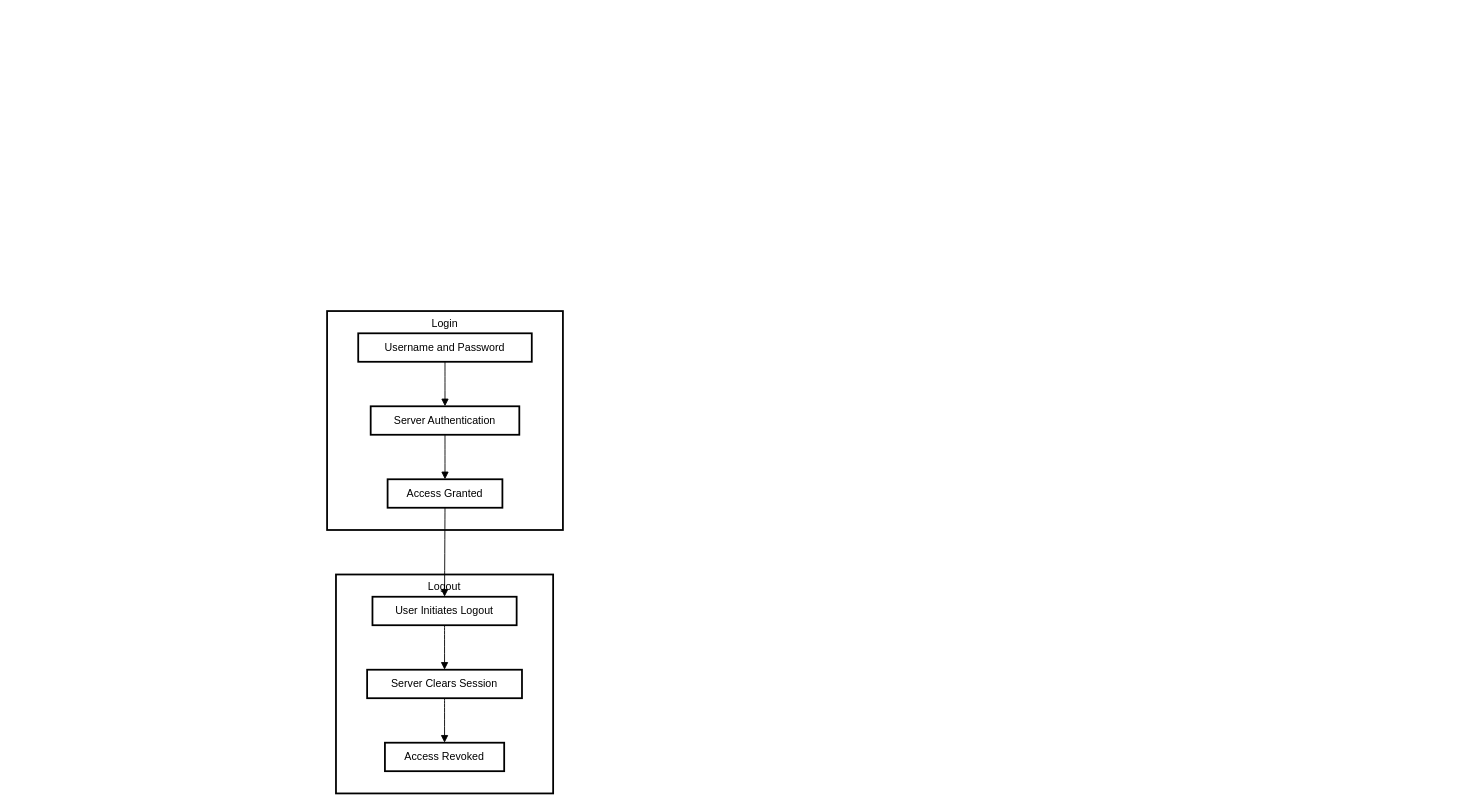
hasbrovish/Caching keeps this draw.io diagram as simplecache/Untitled Diagram.drawio. Above is the earlier version. Source tidied: cells renumbered, new cells numbered last; positions are measured from the earlier drawing's top-left corner, leaving out a move shared by most shapes. Both pictures are drawn from the tidied source at 89%, with x=0, y=0 at pixel (327, 311).
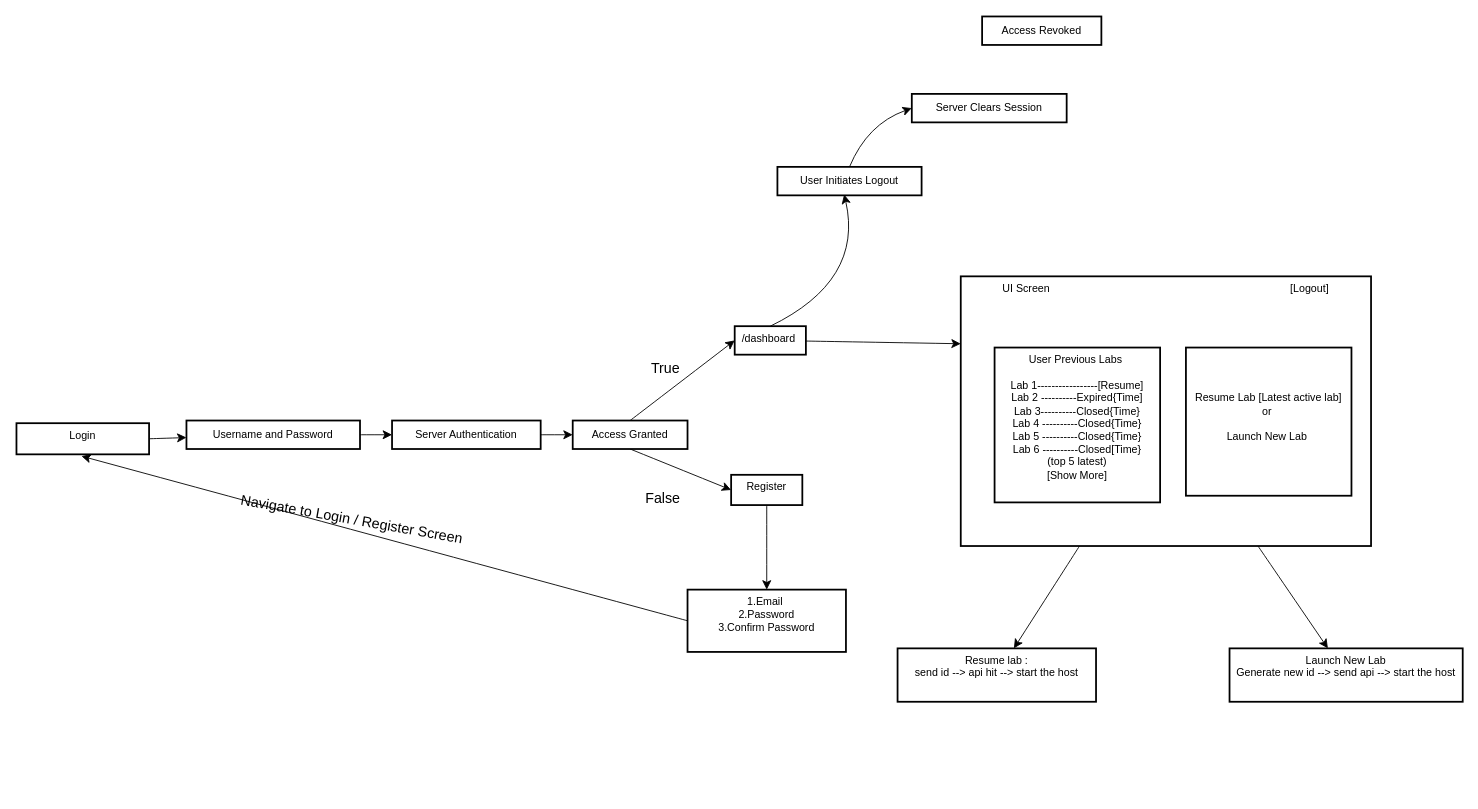
The same diagram, later.

Commit message:
Webapp-lab(flow v1.0).drawio

Change to the diagram source:
```diff
@@
+    <mxCell id="15" style="edgeStyle=none;curved=1;rounded=0;jettySize=auto;html=1;fontSize=12;startSize=8;endSize=8;" parent="1" edge="1" source="2" target="27">
+      <mxGeometry relative="1" as="geometry" />
+    </mxCell>
-    <mxCell id="2" value="Logout" style="whiteSpace=wrap;strokeWidth=2;verticalAlign=top;" parent="1" vertex="1">
-      <mxGeometry x="10" y="296" width="244" height="246" as="geometry" />
+    <mxCell id="2" value="Register" style="whiteSpace=wrap;strokeWidth=2;verticalAlign=top;" parent="1" vertex="1">
+      <mxGeometry x="454" y="184" width="80" height="34" as="geometry" />
     </mxCell>
+    <mxCell id="5" value="Access Revoked" style="whiteSpace=wrap;strokeWidth=2;" parent="1" vertex="1">
+      <mxGeometry x="736" y="-331" width="134" height="32" as="geometry" />
+    </mxCell>
+    <mxCell id="16" style="edgeStyle=none;curved=1;rounded=0;jettySize=auto;html=1;exitX=1;exitY=0.5;exitDx=0;exitDy=0;fontSize=12;startSize=8;endSize=8;" parent="1" edge="1" source="6" target="7">
+      <mxGeometry relative="1" as="geometry" />
+    </mxCell>
+    <mxCell id="6" value="Login" style="whiteSpace=wrap;strokeWidth=2;verticalAlign=top;" parent="1" vertex="1">
+      <mxGeometry x="-349" y="126" width="149" height="35" as="geometry" />
+    </mxCell>
+    <mxCell id="10" style="edgeStyle=none;curved=1;rounded=0;jettySize=auto;html=1;exitX=1;exitY=0.5;exitDx=0;exitDy=0;entryX=0;entryY=0.5;entryDx=0;entryDy=0;fontSize=12;startSize=8;endSize=8;" parent="1" edge="1" source="7" target="8">
+      <mxGeometry relative="1" as="geometry" />
+    </mxCell>
+    <mxCell id="7" value="Username and Password" style="whiteSpace=wrap;strokeWidth=2;" parent="1" vertex="1">
+      <mxGeometry x="-158" y="123" width="195" height="32" as="geometry" />
+    </mxCell>
+    <mxCell id="11" style="edgeStyle=none;curved=1;rounded=0;jettySize=auto;html=1;exitX=1;exitY=0.5;exitDx=0;exitDy=0;entryX=0;entryY=0.5;entryDx=0;entryDy=0;fontSize=12;startSize=8;endSize=8;" parent="1" edge="1" source="8" target="9">
+      <mxGeometry relative="1" as="geometry" />
+    </mxCell>
+    <mxCell id="8" value="Server Authentication" style="whiteSpace=wrap;strokeWidth=2;" parent="1" vertex="1">
+      <mxGeometry x="73" y="123" width="167" height="32" as="geometry" />
+    </mxCell>
+    <mxCell id="17" style="edgeStyle=none;curved=1;rounded=0;jettySize=auto;html=1;exitX=0.5;exitY=0;exitDx=0;exitDy=0;entryX=0;entryY=0.5;entryDx=0;entryDy=0;fontSize=12;startSize=8;endSize=8;" parent="1" edge="1" source="9" target="22">
+      <mxGeometry relative="1" as="geometry" />
+    </mxCell>
+    <mxCell id="18" style="edgeStyle=none;curved=1;rounded=0;jettySize=auto;html=1;exitX=0.5;exitY=1;exitDx=0;exitDy=0;entryX=0;entryY=0.5;entryDx=0;entryDy=0;fontSize=12;startSize=8;endSize=8;" parent="1" edge="1" source="9" target="2">
+      <mxGeometry relative="1" as="geometry" />
+    </mxCell>
+    <mxCell id="9" value="Access Granted" style="whiteSpace=wrap;strokeWidth=2;" parent="1" vertex="1">
+      <mxGeometry x="276" y="123" width="129" height="32" as="geometry" />
+    </mxCell>
+    <mxCell id="19" style="edgeStyle=none;curved=1;rounded=0;orthogonalLoop=1;jettySize=auto;html=1;exitX=0.5;exitY=1;exitDx=0;exitDy=0;fontSize=12;startSize=8;endSize=8;" parent="1" edge="1" source="2" target="2">
+      <mxGeometry relative="1" as="geometry" />
+    </mxCell>
+    <mxCell id="20" style="edgeStyle=none;curved=1;rounded=0;jettySize=auto;html=1;fontSize=12;startSize=8;endSize=8;entryX=0;entryY=0.25;entryDx=0;entryDy=0;" parent="1" edge="1" source="22" target="31">
+      <mxGeometry relative="1" as="geometry" />
+    </mxCell>
+    <mxCell id="21" style="edgeStyle=none;curved=1;rounded=0;jettySize=auto;html=1;exitX=0.5;exitY=0;exitDx=0;exitDy=0;fontSize=12;startSize=8;endSize=8;entryX=0.463;entryY=0.969;entryDx=0;entryDy=0;entryPerimeter=0;" parent="1" edge="1" source="22" target="3">
+      <mxGeometry relative="1" as="geometry">
+        <Array as="points">
+          <mxPoint x="603" y="-34" />
+        </Array>
+      </mxGeometry>
+    </mxCell>
+    <mxCell id="22" value="/dashboard " style="whiteSpace=wrap;strokeWidth=2;verticalAlign=top;" parent="1" vertex="1">
+      <mxGeometry x="458" y="17" width="80" height="32" as="geometry" />
+    </mxCell>
+    <mxCell id="23" style="edgeStyle=none;curved=1;rounded=0;orthogonalLoop=1;jettySize=auto;html=1;exitX=0.5;exitY=0;exitDx=0;exitDy=0;fontSize=12;startSize=8;endSize=8;" parent="1" edge="1" source="22" target="22">
+      <mxGeometry relative="1" as="geometry" />
+    </mxCell>
+    <mxCell id="24" value="True" style="text;html=1;align=center;verticalAlign=middle;strokeColor=none;fillColor=none;fontSize=16;" parent="1" vertex="1">
+      <mxGeometry x="355" y="48" width="50" height="31" as="geometry" />
+    </mxCell>
+    <mxCell id="25" value="False" style="text;html=1;align=center;verticalAlign=middle;strokeColor=none;fillColor=none;fontSize=16;" parent="1" vertex="1">
+      <mxGeometry x="348" y="194" width="57" height="31" as="geometry" />
+    </mxCell>
+    <mxCell id="26" style="edgeStyle=none;curved=1;rounded=0;jettySize=auto;html=1;exitX=0;exitY=0.5;exitDx=0;exitDy=0;fontSize=12;startSize=8;endSize=8;" parent="1" edge="1" source="27">
+      <mxGeometry relative="1" as="geometry">
+        <mxPoint x="-276" y="163" as="targetPoint" />
+      </mxGeometry>
+    </mxCell>
+    <mxCell id="27" value="1.Email &#10;2.Password&#10;3.Confirm Password" style="whiteSpace=wrap;strokeWidth=2;verticalAlign=top;" parent="1" vertex="1">
+      <mxGeometry x="405" y="313" width="178" height="70" as="geometry" />
+    </mxCell>
+    <mxCell id="28" value="Navigate to Login / Register Screen&amp;nbsp;" style="text;html=1;align=center;verticalAlign=middle;strokeColor=none;fillColor=none;fontSize=16;rotation=10;" parent="1" vertex="1">
+      <mxGeometry x="-108" y="218" width="275" height="31" as="geometry" />
+    </mxCell>
+    <mxCell id="29" style="edgeStyle=none;curved=1;rounded=0;jettySize=auto;html=1;fontSize=12;startSize=8;endSize=8;" parent="1" edge="1" source="31" target="34">
+      <mxGeometry relative="1" as="geometry" />
+    </mxCell>
+    <mxCell id="30" style="edgeStyle=none;curved=1;rounded=0;jettySize=auto;html=1;fontSize=12;startSize=8;endSize=8;" parent="1" edge="1" source="31" target="35">
+      <mxGeometry relative="1" as="geometry" />
+    </mxCell>
+    <mxCell id="31" value="UI Screen&amp;nbsp; &amp;nbsp; &amp;nbsp; &amp;nbsp; &amp;nbsp; &amp;nbsp; &amp;nbsp; &amp;nbsp; &amp;nbsp; &amp;nbsp; &amp;nbsp; &amp;nbsp; &amp;nbsp; &amp;nbsp; &amp;nbsp; &amp;nbsp; &amp;nbsp; &amp;nbsp; &amp;nbsp; &amp;nbsp; &amp;nbsp; &amp;nbsp; &amp;nbsp; &amp;nbsp; &amp;nbsp; &amp;nbsp; &amp;nbsp; &amp;nbsp; &amp;nbsp; &amp;nbsp; &amp;nbsp; &amp;nbsp; &amp;nbsp; &amp;nbsp; &amp;nbsp; &amp;nbsp; &amp;nbsp; &amp;nbsp; &amp;nbsp; &amp;nbsp; &amp;nbsp;[Logout]&lt;div&gt;&lt;br&gt;&lt;/div&gt;&lt;div&gt;&lt;br&gt;&lt;/div&gt;" style="whiteSpace=wrap;html=1;verticalAlign=top;strokeWidth=2;" parent="1" vertex="1">
+      <mxGeometry x="712" y="-39" width="461" height="303" as="geometry" />
+    </mxCell>
+    <mxCell id="12" style="edgeStyle=none;curved=1;rounded=0;jettySize=auto;html=1;exitX=0.5;exitY=0;exitDx=0;exitDy=0;entryX=0;entryY=0.5;entryDx=0;entryDy=0;fontSize=12;startSize=8;endSize=8;" parent="1" edge="1" source="3" target="4">
+      <mxGeometry relative="1" as="geometry">
+        <Array as="points">
+          <mxPoint x="607" y="-210" />
+        </Array>
+      </mxGeometry>
+    </mxCell>
     <mxCell id="3" value="User Initiates Logout" style="whiteSpace=wrap;strokeWidth=2;" parent="1" vertex="1">
-      <mxGeometry x="51" y="321" width="162" height="32" as="geometry" />
+      <mxGeometry x="506" y="-162" width="162" height="32" as="geometry" />
     </mxCell>
     <mxCell id="4" value="Server Clears Session" style="whiteSpace=wrap;strokeWidth=2;" parent="1" vertex="1">
-      <mxGeometry x="45" y="403" width="174" height="32" as="geometry" />
+      <mxGeometry x="657" y="-244" width="174" height="32" as="geometry" />
     </mxCell>
-    <mxCell id="5" value="Access Revoked" style="whiteSpace=wrap;strokeWidth=2;" parent="1" vertex="1">
-      <mxGeometry x="65" y="485" width="134" height="32" as="geometry" />
-    </mxCell>
-    <mxCell id="6" value="Login" style="whiteSpace=wrap;strokeWidth=2;verticalAlign=top;" parent="1" vertex="1">
-      <mxGeometry width="265" height="246" as="geometry" />
-    </mxCell>
-    <mxCell id="7" value="Username and Password" style="whiteSpace=wrap;strokeWidth=2;" parent="1" vertex="1">
-      <mxGeometry x="35" y="25" width="195" height="32" as="geometry" />
-    </mxCell>
-    <mxCell id="8" value="Server Authentication" style="whiteSpace=wrap;strokeWidth=2;" parent="1" vertex="1">
-      <mxGeometry x="49" y="107" width="167" height="32" as="geometry" />
-    </mxCell>
-    <mxCell id="9" value="Access Granted" style="whiteSpace=wrap;strokeWidth=2;" parent="1" vertex="1">
-      <mxGeometry x="68" y="189" width="129" height="32" as="geometry" />
-    </mxCell>
-    <mxCell id="10" style="curved=1;startArrow=none;endArrow=block;exitX=0.5;exitY=1;entryX=0.5;entryY=0;" parent="1" edge="1" source="7" target="8">
-      <mxGeometry relative="1" as="geometry" />
-    </mxCell>
-    <mxCell id="11" style="curved=1;startArrow=none;endArrow=block;exitX=0.5;exitY=1;entryX=0.5;entryY=0;" parent="1" edge="1" source="8" target="9">
-      <mxGeometry relative="1" as="geometry" />
-    </mxCell>
-    <mxCell id="12" style="curved=1;startArrow=none;endArrow=block;exitX=0.5;exitY=1;entryX=0.5;entryY=0;" parent="1" edge="1" source="3" target="4">
-      <mxGeometry relative="1" as="geometry" />
-    </mxCell>
-    <mxCell id="13" style="curved=1;startArrow=none;endArrow=block;exitX=0.5;exitY=1;entryX=0.5;entryY=0;" parent="1" edge="1" source="4" target="5">
-      <mxGeometry relative="1" as="geometry" />
-    </mxCell>
-    <mxCell id="14" style="curved=1;startArrow=none;endArrow=block;exitX=0.5;exitY=1;entryX=0.5;entryY=0;" parent="1" edge="1" source="9" target="3">
-      <mxGeometry relative="1" as="geometry" />
-    </mxCell>
+    <mxCell id="32" value="User Previous Labs&amp;nbsp;&lt;div&gt;&lt;br&gt;&lt;/div&gt;&lt;div&gt;Lab 1-----------------[Resume]&lt;/div&gt;&lt;div&gt;Lab 2 ----------Expired{Time]&lt;/div&gt;&lt;div&gt;Lab 3----------Closed{Time}&lt;br&gt;&lt;/div&gt;&lt;div&gt;Lab 4 ----------Closed{Time}&lt;br&gt;&lt;/div&gt;&lt;div&gt;Lab 5 ----------Closed{Time}&lt;br&gt;&lt;/div&gt;&lt;div&gt;Lab 6 ----------Closed[Time}&lt;br&gt;&lt;/div&gt;&lt;div&gt;(top 5 latest)&lt;/div&gt;&lt;div&gt;[Show More]&lt;/div&gt;" style="whiteSpace=wrap;html=1;verticalAlign=top;strokeWidth=2;" parent="1" vertex="1">
+      <mxGeometry x="750" y="41" width="186" height="174" as="geometry" />
+    </mxCell>
+    <mxCell id="33" value="&lt;div&gt;&lt;br&gt;&lt;/div&gt;&lt;div&gt;&lt;br&gt;&lt;/div&gt;&lt;div&gt;&lt;br&gt;&lt;/div&gt;Resume Lab [Latest active lab]&lt;div&gt;or&amp;nbsp;&lt;/div&gt;&lt;div&gt;&lt;br&gt;&lt;/div&gt;&lt;div&gt;Launch New Lab&amp;nbsp;&lt;/div&gt;" style="whiteSpace=wrap;html=1;verticalAlign=top;strokeWidth=2;" parent="1" vertex="1">
+      <mxGeometry x="965" y="41" width="186" height="166.5" as="geometry" />
+    </mxCell>
+    <mxCell id="34" value="Resume lab :&lt;div&gt;send id --&amp;gt; api hit --&amp;gt; start the host&lt;/div&gt;" style="whiteSpace=wrap;html=1;verticalAlign=top;strokeWidth=2;" parent="1" vertex="1">
+      <mxGeometry x="641" y="379" width="223" height="60" as="geometry" />
+    </mxCell>
+    <mxCell id="35" value="Launch New Lab&lt;div&gt;Generate new id --&amp;gt; send api --&amp;gt; start the host&lt;/div&gt;" style="whiteSpace=wrap;html=1;verticalAlign=top;strokeWidth=2;" parent="1" vertex="1">
+      <mxGeometry x="1014" y="379" width="262" height="60" as="geometry" />
+    </mxCell>
```
